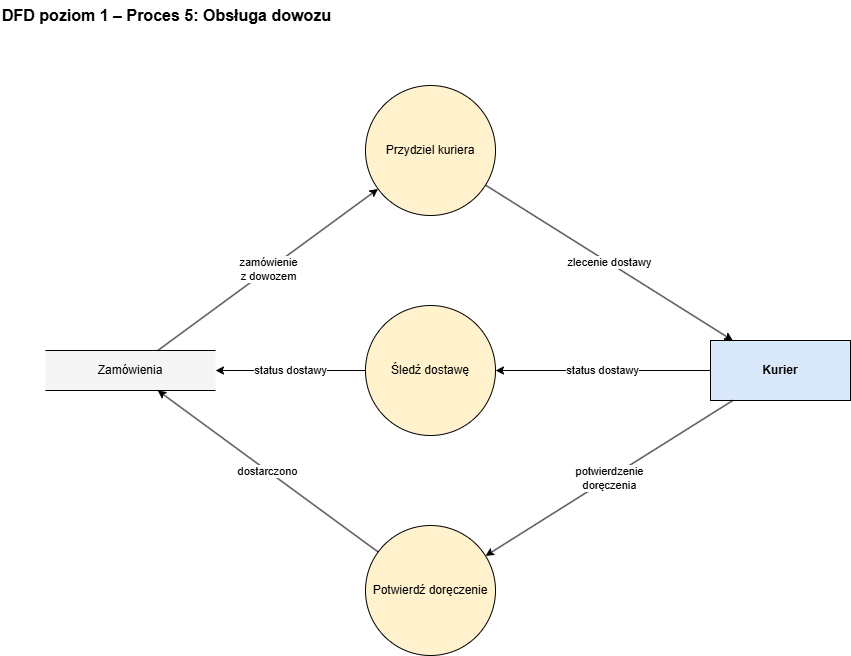
Above: diagramy/02_przeplyw_danych/dfd_5_dowoz.png in olimo54323/OiZPI-laboratorium (draw.io), before the change. Source tidied: cells renumbered, new cells last; positions are measured from the earlier drawing's top-left corner, leaving out a move shared by most shapes.
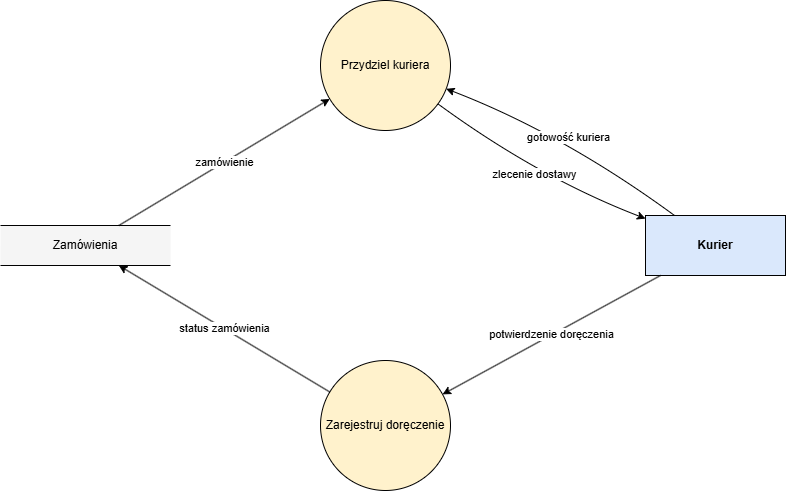
The same file after the commit.

The edit, as a diff of the source:
```diff
@@ -2,41 +2,40 @@
   <root>
     <mxCell id="0" />
     <mxCell id="1" parent="0" />
-    <mxCell id="2" value="DFD poziom 1 – Proces 5: Obsługa dowozu" style="text;html=1;align=left;verticalAlign=middle;fontSize=16;fontStyle=1;" parent="1" vertex="1">
-      <mxGeometry width="500" height="30" as="geometry" />
-    </mxCell>
     <mxCell id="3" value="Zamówienia" style="shape=partialRectangle;whiteSpace=wrap;html=1;left=0;right=0;fillColor=#f5f5f5;strokeColor=#000000;fontSize=12;" parent="1" vertex="1">
-      <mxGeometry x="45" y="350" width="170" height="40" as="geometry" />
+      <mxGeometry x="45" y="300" width="170" height="40" as="geometry" />
     </mxCell>
     <mxCell id="4" value="Przydziel kuriera" style="ellipse;whiteSpace=wrap;html=1;fillColor=#fff2cc;strokeColor=#000000;fontSize=12;" parent="1" vertex="1">
-      <mxGeometry x="365" y="85" width="130" height="130" as="geometry" />
+      <mxGeometry x="365" y="75" width="130" height="130" as="geometry" />
     </mxCell>
-    <mxCell id="5" value="Śledź dostawę" style="ellipse;whiteSpace=wrap;html=1;fillColor=#fff2cc;strokeColor=#000000;fontSize=12;" parent="1" vertex="1">
-      <mxGeometry x="365" y="305" width="130" height="130" as="geometry" />
-    </mxCell>
-    <mxCell id="6" value="Potwierdź doręczenie" style="ellipse;whiteSpace=wrap;html=1;fillColor=#fff2cc;strokeColor=#000000;fontSize=12;" parent="1" vertex="1">
-      <mxGeometry x="365" y="525" width="130" height="130" as="geometry" />
-    </mxCell>
+    <mxCell id="14" value="Zarejestruj doręczenie" style="ellipse;whiteSpace=wrap;html=1;fillColor=#fff2cc;strokeColor=#000000;fontSize=12;" parent="1" vertex="1">
+      <mxGeometry x="365" y="435" width="130" height="130" as="geometry" />
+    </mxCell>
     <mxCell id="7" value="Kurier" style="rounded=0;whiteSpace=wrap;html=1;fillColor=#dae8fc;strokeColor=#000000;fontStyle=1;fontSize=12;" parent="1" vertex="1">
-      <mxGeometry x="710" y="340" width="140" height="60" as="geometry" />
+      <mxGeometry x="690" y="290" width="140" height="60" as="geometry" />
     </mxCell>
-    <mxCell id="8" value="zamówienie&lt;br&gt;z dowozem" style="endArrow=classic;endFill=1;html=1;rounded=0;labelBackgroundColor=#ffffff;fontSize=11;strokeColor=#000000;" parent="1" edge="1" source="3" target="4">
+    <mxCell id="8" value="zamówienie" style="endArrow=classic;endFill=1;html=1;rounded=0;labelBackgroundColor=#ffffff;fontSize=11;strokeColor=#000000;" parent="1" edge="1" source="3" target="4">
       <mxGeometry relative="1" as="geometry" />
     </mxCell>
-    <mxCell id="9" value="zlecenie dostawy" style="endArrow=classic;endFill=1;html=1;rounded=0;labelBackgroundColor=#ffffff;fontSize=11;strokeColor=#000000;" parent="1" edge="1" source="4" target="7">
-      <mxGeometry relative="1" as="geometry" />
+    <mxCell id="9" value="gotowość kuriera" style="endArrow=classic;endFill=1;html=1;curved=1;labelBackgroundColor=#ffffff;fontSize=11;strokeColor=#000000;" parent="1" edge="1" source="7" target="4">
+      <mxGeometry relative="1" as="geometry">
+        <Array as="points">
+          <mxPoint x="607" y="208" />
+        </Array>
+      </mxGeometry>
     </mxCell>
-    <mxCell id="10" value="status dostawy" style="endArrow=classic;endFill=1;html=1;rounded=0;labelBackgroundColor=#ffffff;fontSize=11;strokeColor=#000000;" parent="1" edge="1" source="7" target="5">
-      <mxGeometry relative="1" as="geometry" />
+    <mxCell id="10" value="zlecenie dostawy" style="endArrow=classic;endFill=1;html=1;curved=1;labelBackgroundColor=#ffffff;fontSize=11;strokeColor=#000000;" parent="1" edge="1" source="4" target="7">
+      <mxGeometry relative="1" as="geometry">
+        <Array as="points">
+          <mxPoint x="583" y="252" />
+        </Array>
+      </mxGeometry>
     </mxCell>
-    <mxCell id="11" value="status dostawy" style="endArrow=classic;endFill=1;html=1;rounded=0;labelBackgroundColor=#ffffff;fontSize=11;strokeColor=#000000;" parent="1" edge="1" source="5" target="3">
+    <mxCell id="11" value="potwierdzenie doręczenia" style="endArrow=classic;endFill=1;html=1;rounded=0;labelBackgroundColor=#ffffff;fontSize=11;strokeColor=#000000;" parent="1" edge="1" source="7" target="14">
       <mxGeometry relative="1" as="geometry" />
     </mxCell>
-    <mxCell id="12" value="potwierdzenie&lt;br&gt;doręczenia" style="endArrow=classic;endFill=1;html=1;rounded=0;labelBackgroundColor=#ffffff;fontSize=11;strokeColor=#000000;" parent="1" edge="1" source="7" target="6">
+    <mxCell id="12" value="status zamówienia" style="endArrow=classic;endFill=1;html=1;rounded=0;labelBackgroundColor=#ffffff;fontSize=11;strokeColor=#000000;" parent="1" edge="1" source="14" target="3">
       <mxGeometry relative="1" as="geometry" />
     </mxCell>
-    <mxCell id="13" value="dostarczono" style="endArrow=classic;endFill=1;html=1;rounded=0;labelBackgroundColor=#ffffff;fontSize=11;strokeColor=#000000;" parent="1" edge="1" source="6" target="3">
-      <mxGeometry relative="1" as="geometry" />
-    </mxCell>
   </root>
 </mxGraphModel>
```
